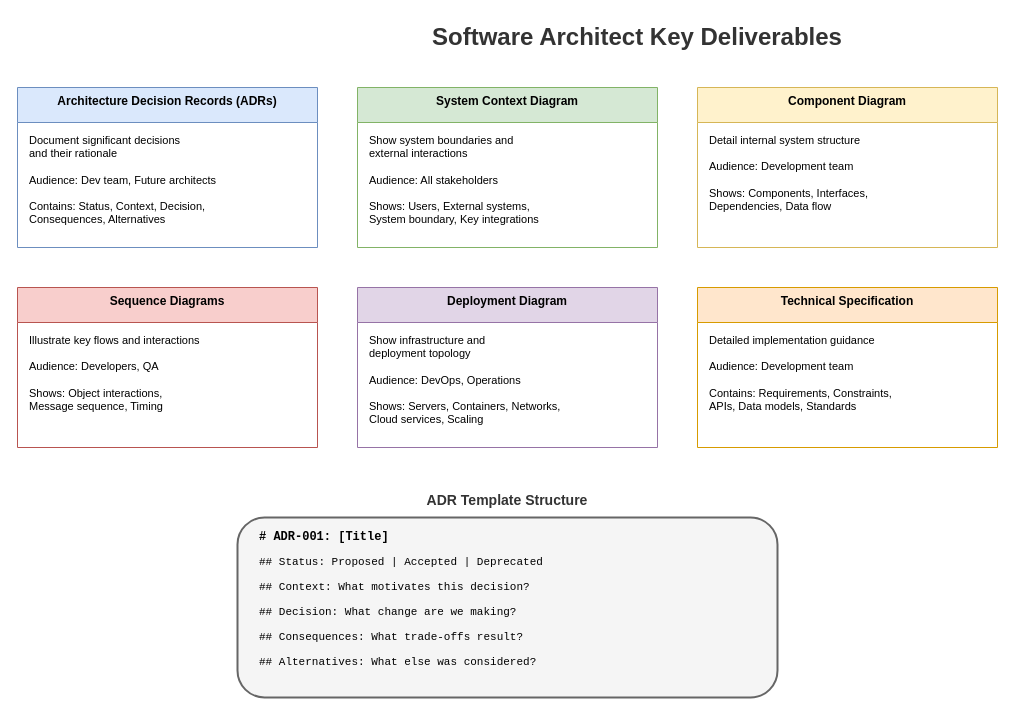
Before: lesson-00-software-architect-overview/diagrams/1.3-key-deliverables.drawio in MrParkerZ7/document-lesson-software-architect-x-claude, a draw.io diagram. Source tidied: cells renumbered, new cells numbered last; positions are measured from the earlier drawing's top-left corner, leaving out a move shared by most shapes. Both pictures are drawn from the tidied source at 100%, with x=0, y=0 at pixel (17, 17).
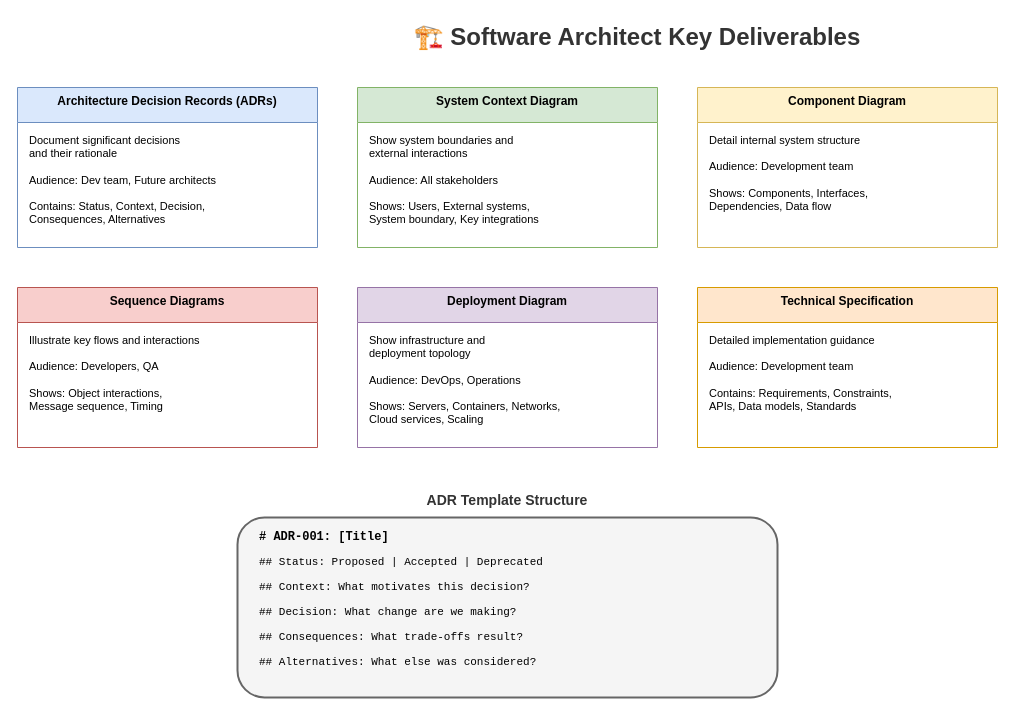
Above is the later version.

Change to the diagram source:
```diff
@@
-    <mxCell id="2" value="Software Architect Key Deliverables" style="text;html=1;strokeColor=none;fillColor=none;align=center;verticalAlign=middle;whiteSpace=wrap;rounded=0;fontSize=24;fontStyle=1;fontColor=#333333;" parent="1" vertex="1">
+    <mxCell id="2" value="🏗️ Software Architect Key Deliverables" style="text;html=1;strokeColor=none;fillColor=none;align=center;verticalAlign=middle;whiteSpace=wrap;rounded=0;fontSize=24;fontStyle=1;fontColor=#333333;" parent="1" vertex="1">
       <mxGeometry x="370" width="500" height="40" as="geometry" />
     </mxCell>
```
